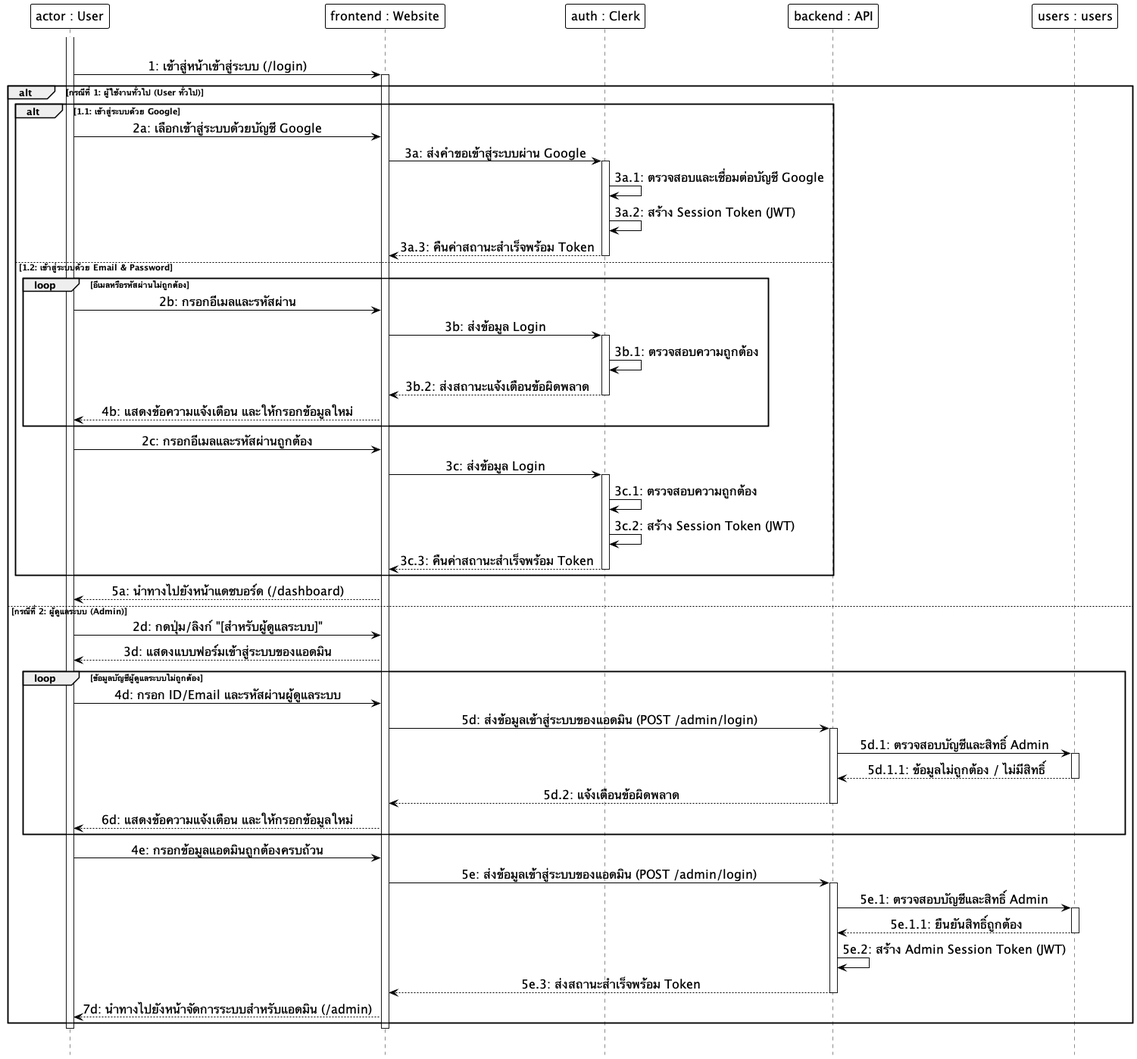
Above: docs/diagrams/images/sequence/sequence_11_login.png in Anatta-at/my-portfolio-app (PlantUML), before the change.
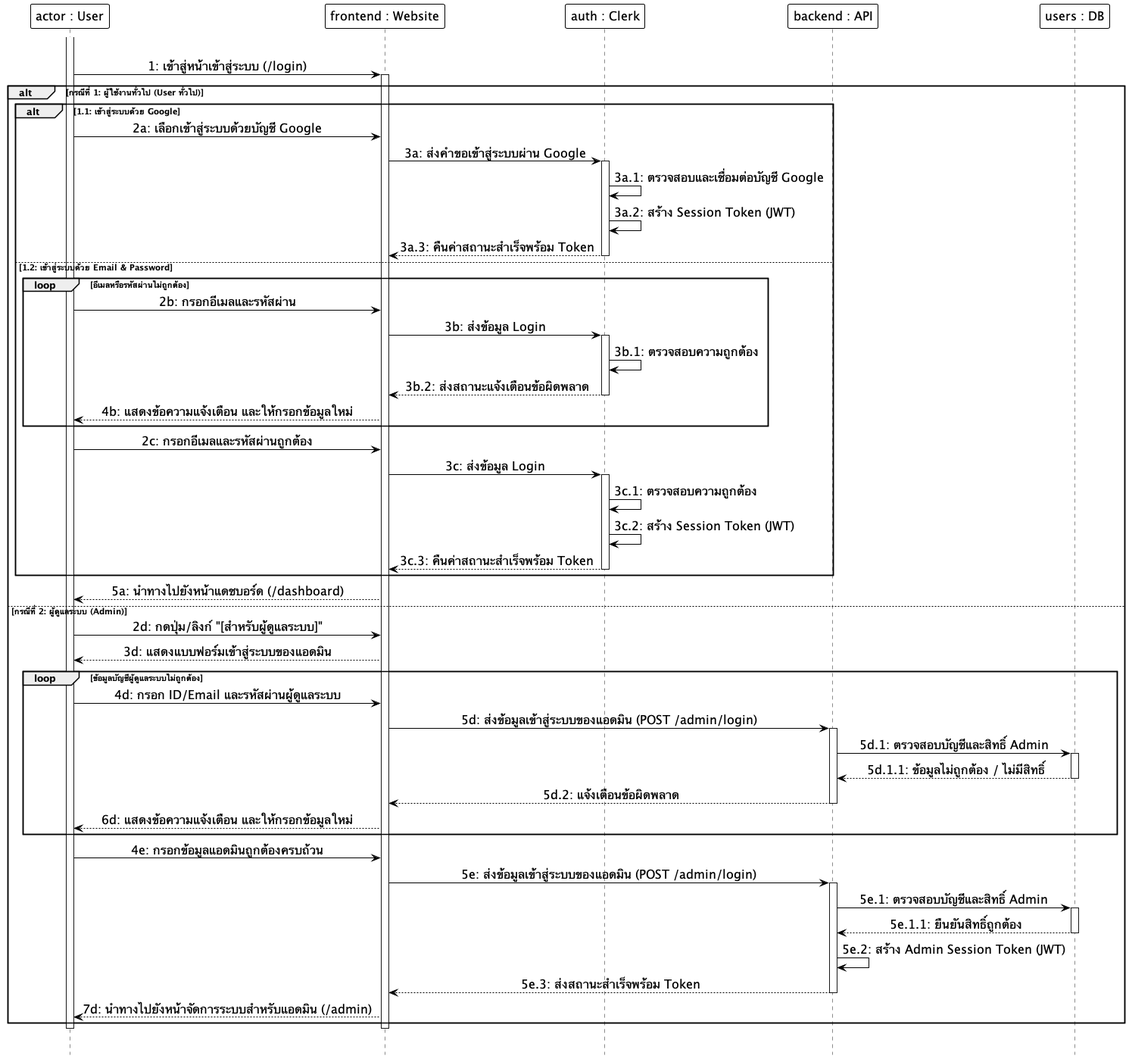
Later version of the same file.

Commit message:
docs: Refactor diagram participant names to use Table : DB notation for academic clarity

Diff of the diagram source:
```diff
@@ -20,7 +20,7 @@
 participant "frontend : Website" as Frontend
 participant "auth : Clerk" as Clerk
 participant "backend : API" as Backend
-participant "users : users" as DB
+participant "users : DB" as DB
 
 |||
 activate User
```
